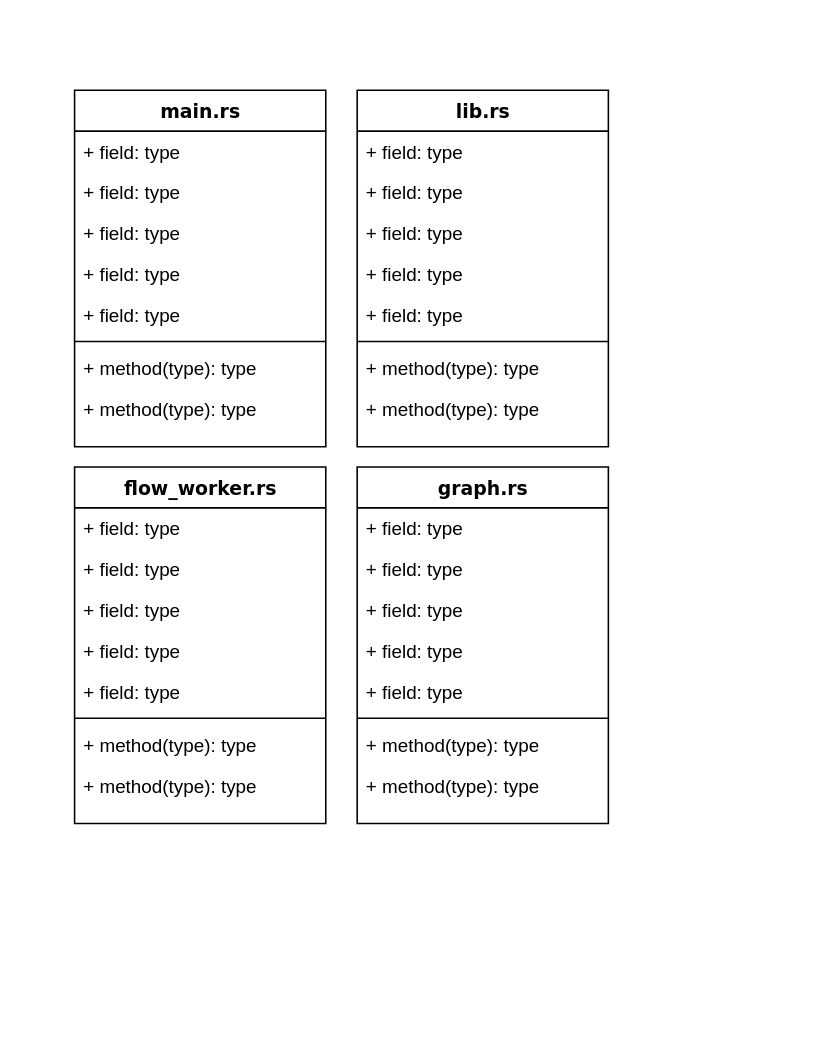
The draw.io diagram wayside-filter.drawio in YueChuCheng/Wayside_draw, before the edit. Source tidied: cells renumbered, new cells numbered last; positions are measured from the earlier drawing's top-left corner, leaving out a move shared by most shapes. Both pictures are drawn from the tidied source at 157%, with x=0, y=0 at pixel (74, 89).
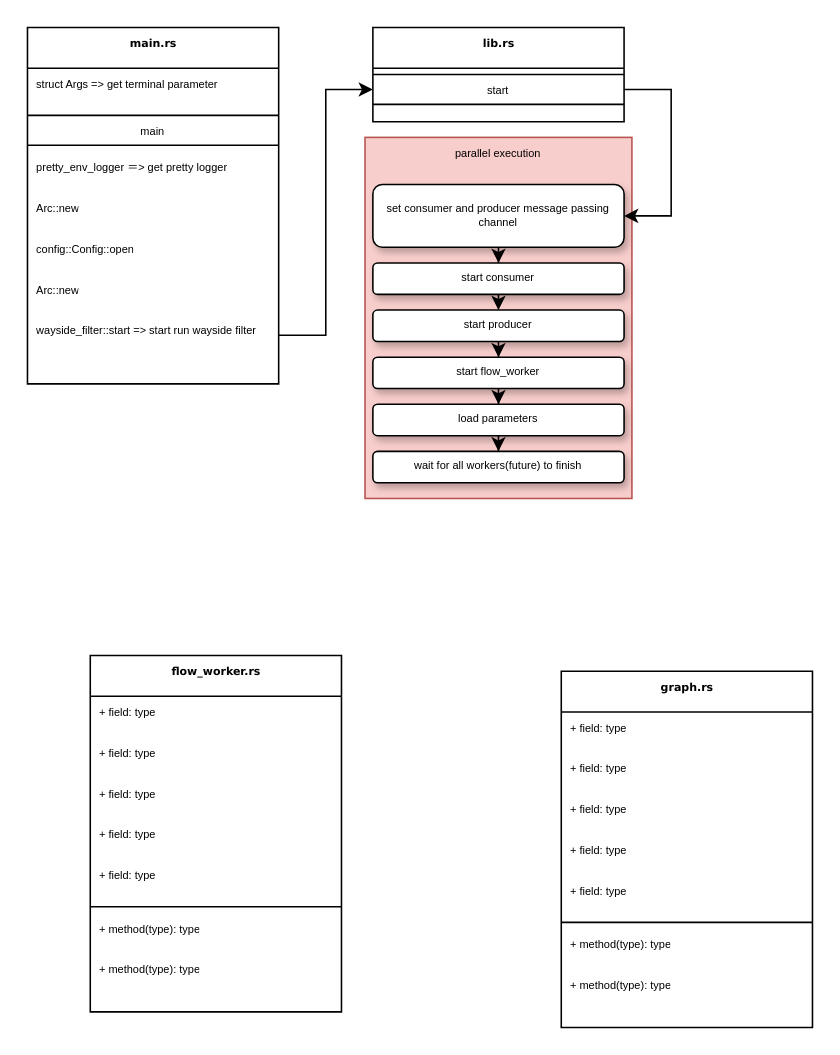
Above is the later version.

Diff of the diagram source:
```diff
@@
+    <mxCell id="38" value="parallel execution" style="rounded=0;whiteSpace=wrap;html=1;shadow=0;fontSize=7;align=center;verticalAlign=top;fillOpacity=100;labelBorderColor=none;labelPadding=0;fillColor=#f8cecc;strokeColor=#b85450;" parent="1" vertex="1">
+      <mxGeometry x="185" y="30" width="170" height="230" as="geometry" />
+    </mxCell>
-    <mxCell id="2" value="main.rs&lt;br&gt;" style="swimlane;html=1;fontStyle=1;align=center;verticalAlign=top;horizontal=1;startSize=26;swimlaneFillColor=#ffffff;rounded=0;shadow=0;comic=0;labelBackgroundColor=none;strokeWidth=1;fillColor=none;fontFamily=Verdana;fontSize=12;" parent="1" vertex="1">
-      <mxGeometry width="160" height="227" as="geometry" />
+    <mxCell id="2" value="main.rs&lt;br style=&quot;font-size: 7px;&quot;&gt;" style="swimlane;html=1;fontStyle=1;align=center;verticalAlign=top;horizontal=1;startSize=26;swimlaneFillColor=#ffffff;rounded=0;shadow=0;comic=0;labelBackgroundColor=none;strokeWidth=1;fillColor=none;fontFamily=Verdana;fontSize=7;" parent="1" vertex="1">
+      <mxGeometry x="-30" y="-40" width="160" height="227" as="geometry" />
     </mxCell>
-    <mxCell id="3" value="+ field: type" style="text;html=1;strokeColor=none;fillColor=none;align=left;verticalAlign=top;spacingLeft=4;spacingRight=4;whiteSpace=wrap;overflow=hidden;" parent="2" vertex="1">
+    <mxCell id="3" value="struct Args =&amp;gt; get terminal parameter&amp;nbsp;" style="text;html=1;strokeColor=none;fillColor=none;align=left;verticalAlign=top;spacingLeft=4;spacingRight=4;whiteSpace=wrap;overflow=hidden;fontSize=7;" parent="2" vertex="1">
       <mxGeometry y="26" width="160" height="26" as="geometry" />
     </mxCell>
-    <mxCell id="4" value="+ field: type" style="text;html=1;strokeColor=none;fillColor=none;align=left;verticalAlign=top;spacingLeft=4;spacingRight=4;whiteSpace=wrap;overflow=hidden;" parent="2" vertex="1">
-      <mxGeometry y="52" width="160" height="26" as="geometry" />
-    </mxCell>
-    <mxCell id="5" value="+ field: type" style="text;html=1;strokeColor=none;fillColor=none;align=left;verticalAlign=top;spacingLeft=4;spacingRight=4;whiteSpace=wrap;overflow=hidden;" parent="2" vertex="1">
-      <mxGeometry y="78" width="160" height="26" as="geometry" />
-    </mxCell>
-    <mxCell id="6" value="+ field: type" style="text;html=1;strokeColor=none;fillColor=none;align=left;verticalAlign=top;spacingLeft=4;spacingRight=4;whiteSpace=wrap;overflow=hidden;" parent="2" vertex="1">
-      <mxGeometry y="104" width="160" height="26" as="geometry" />
-    </mxCell>
-    <mxCell id="7" value="+ field: type" style="text;html=1;strokeColor=none;fillColor=none;align=left;verticalAlign=top;spacingLeft=4;spacingRight=4;whiteSpace=wrap;overflow=hidden;" parent="2" vertex="1">
-      <mxGeometry y="130" width="160" height="26" as="geometry" />
-    </mxCell>
-    <mxCell id="8" style="line;html=1;strokeWidth=1;fillColor=none;align=left;verticalAlign=middle;spacingTop=-1;spacingLeft=3;spacingRight=3;labelPosition=right;" parent="2" vertex="1">
-      <mxGeometry y="156" width="160" height="8" as="geometry" />
-    </mxCell>
+    <mxCell id="39" style="line;html=1;strokeWidth=1;fillColor=none;align=left;verticalAlign=middle;spacingTop=-1;spacingLeft=3;spacingRight=3;labelPosition=right;fontSize=7;" parent="2" vertex="1">
+      <mxGeometry y="52" width="160" height="8" as="geometry" />
+    </mxCell>
+    <mxCell id="40" value="main&lt;br&gt;" style="text;html=1;strokeColor=none;fillColor=none;align=center;verticalAlign=middle;spacingLeft=4;spacingRight=4;whiteSpace=wrap;overflow=hidden;fontSize=7;" parent="2" vertex="1">
+      <mxGeometry y="60" width="160" height="11" as="geometry" />
+    </mxCell>
+    <mxCell id="41" style="line;html=1;strokeWidth=1;fillColor=none;align=left;verticalAlign=middle;spacingTop=-1;spacingLeft=3;spacingRight=3;labelPosition=right;fontSize=7;" parent="2" vertex="1">
+      <mxGeometry y="71" width="160" height="8" as="geometry" />
+    </mxCell>
-    <mxCell id="9" value="+ method(type): type" style="text;html=1;strokeColor=none;fillColor=none;align=left;verticalAlign=top;spacingLeft=4;spacingRight=4;whiteSpace=wrap;overflow=hidden;" parent="2" vertex="1">
-      <mxGeometry y="164" width="160" height="26" as="geometry" />
+    <mxCell id="9" value="&lt;font style=&quot;font-size: 7px;&quot;&gt;&lt;font style=&quot;font-size: 7px;&quot;&gt;pretty_env_logger ＝&amp;gt; get pretty logge&lt;/font&gt;r&lt;/font&gt;" style="text;html=1;strokeColor=none;fillColor=none;align=left;verticalAlign=top;spacingLeft=4;spacingRight=4;whiteSpace=wrap;overflow=hidden;fontSize=7;" parent="2" vertex="1">
+      <mxGeometry y="79" width="160" height="26" as="geometry" />
     </mxCell>
+    <mxCell id="42" value="Arc::new" style="text;html=1;strokeColor=none;fillColor=none;align=left;verticalAlign=top;spacingLeft=4;spacingRight=4;whiteSpace=wrap;overflow=hidden;fontSize=7;" parent="2" vertex="1">
+      <mxGeometry y="105" width="160" height="26" as="geometry" />
+    </mxCell>
-    <mxCell id="10" value="+ method(type): type" style="text;html=1;strokeColor=none;fillColor=none;align=left;verticalAlign=top;spacingLeft=4;spacingRight=4;whiteSpace=wrap;overflow=hidden;" parent="2" vertex="1">
-      <mxGeometry y="190" width="160" height="26" as="geometry" />
+    <mxCell id="10" value="config::Config::open" style="text;html=1;strokeColor=none;fillColor=none;align=left;verticalAlign=top;spacingLeft=4;spacingRight=4;whiteSpace=wrap;overflow=hidden;fontSize=7;" parent="2" vertex="1">
+      <mxGeometry y="131" width="160" height="26" as="geometry" />
     </mxCell>
+    <mxCell id="43" value="Arc::new" style="text;html=1;strokeColor=none;fillColor=none;align=left;verticalAlign=top;spacingLeft=4;spacingRight=4;whiteSpace=wrap;overflow=hidden;fontSize=7;" parent="2" vertex="1">
+      <mxGeometry y="157" width="160" height="26" as="geometry" />
+    </mxCell>
+    <mxCell id="44" value="wayside_filter::start =&amp;gt; start run wayside filter&lt;br&gt;" style="text;html=1;strokeColor=none;fillColor=none;align=left;verticalAlign=top;spacingLeft=4;spacingRight=4;whiteSpace=wrap;overflow=hidden;points=[[0,0.5],[1,0.5]];portConstraint=eastwest;fontSize=7;" parent="2" vertex="1">
+      <mxGeometry y="183" width="160" height="26" as="geometry" />
+    </mxCell>
+    <mxCell id="45" style="edgeStyle=orthogonalEdgeStyle;rounded=0;jettySize=auto;html=1;entryX=1;entryY=0.5;entryDx=0;entryDy=0;fontSize=7;exitX=1;exitY=0.5;exitDx=0;exitDy=0;" parent="1" edge="1" source="47" target="51">
+      <mxGeometry relative="1" as="geometry">
+        <Array as="points">
+          <mxPoint x="380" y="-1" />
+          <mxPoint x="380" y="80" />
+        </Array>
+      </mxGeometry>
+    </mxCell>
-    <mxCell id="11" value="lib.rs" style="swimlane;html=1;fontStyle=1;align=center;verticalAlign=top;horizontal=1;startSize=26;swimlaneFillColor=#ffffff;rounded=0;shadow=0;comic=0;labelBackgroundColor=none;strokeWidth=1;fillColor=none;fontFamily=Verdana;fontSize=12;" parent="1" vertex="1">
-      <mxGeometry x="180" width="160" height="227" as="geometry" />
+    <mxCell id="11" value="lib.rs" style="swimlane;html=1;fontStyle=1;align=center;verticalAlign=top;horizontal=1;startSize=26;swimlaneFillColor=#ffffff;rounded=0;shadow=0;comic=0;labelBackgroundColor=none;strokeWidth=1;fillColor=none;fontFamily=Verdana;fontSize=7;" parent="1" vertex="1">
+      <mxGeometry x="190" y="-40" width="160" height="60" as="geometry" />
     </mxCell>
-    <mxCell id="12" value="+ field: type" style="text;html=1;strokeColor=none;fillColor=none;align=left;verticalAlign=top;spacingLeft=4;spacingRight=4;whiteSpace=wrap;overflow=hidden;" parent="11" vertex="1">
-      <mxGeometry y="26" width="160" height="26" as="geometry" />
-    </mxCell>
-    <mxCell id="13" value="+ field: type" style="text;html=1;strokeColor=none;fillColor=none;align=left;verticalAlign=top;spacingLeft=4;spacingRight=4;whiteSpace=wrap;overflow=hidden;" parent="11" vertex="1">
-      <mxGeometry y="52" width="160" height="26" as="geometry" />
-    </mxCell>
-    <mxCell id="14" value="+ field: type" style="text;html=1;strokeColor=none;fillColor=none;align=left;verticalAlign=top;spacingLeft=4;spacingRight=4;whiteSpace=wrap;overflow=hidden;" parent="11" vertex="1">
-      <mxGeometry y="78" width="160" height="26" as="geometry" />
-    </mxCell>
-    <mxCell id="15" value="+ field: type" style="text;html=1;strokeColor=none;fillColor=none;align=left;verticalAlign=top;spacingLeft=4;spacingRight=4;whiteSpace=wrap;overflow=hidden;" parent="11" vertex="1">
-      <mxGeometry y="104" width="160" height="26" as="geometry" />
-    </mxCell>
-    <mxCell id="16" value="+ field: type" style="text;html=1;strokeColor=none;fillColor=none;align=left;verticalAlign=top;spacingLeft=4;spacingRight=4;whiteSpace=wrap;overflow=hidden;" parent="11" vertex="1">
-      <mxGeometry y="130" width="160" height="26" as="geometry" />
-    </mxCell>
-    <mxCell id="17" style="line;html=1;strokeWidth=1;fillColor=none;align=left;verticalAlign=middle;spacingTop=-1;spacingLeft=3;spacingRight=3;labelPosition=right;" parent="11" vertex="1">
-      <mxGeometry y="156" width="160" height="8" as="geometry" />
-    </mxCell>
-    <mxCell id="18" value="+ method(type): type" style="text;html=1;strokeColor=none;fillColor=none;align=left;verticalAlign=top;spacingLeft=4;spacingRight=4;whiteSpace=wrap;overflow=hidden;" parent="11" vertex="1">
-      <mxGeometry y="164" width="160" height="26" as="geometry" />
-    </mxCell>
-    <mxCell id="19" value="+ method(type): type" style="text;html=1;strokeColor=none;fillColor=none;align=left;verticalAlign=top;spacingLeft=4;spacingRight=4;whiteSpace=wrap;overflow=hidden;" parent="11" vertex="1">
-      <mxGeometry y="190" width="160" height="26" as="geometry" />
-    </mxCell>
+    <mxCell id="46" style="line;html=1;strokeWidth=1;fillColor=none;align=left;verticalAlign=middle;spacingTop=-1;spacingLeft=3;spacingRight=3;labelPosition=right;fontSize=7;" parent="11" vertex="1">
+      <mxGeometry y="26" width="160" height="8" as="geometry" />
+    </mxCell>
+    <mxCell id="47" value="start" style="text;html=1;strokeColor=none;fillColor=none;align=center;verticalAlign=middle;spacingLeft=4;spacingRight=4;whiteSpace=wrap;overflow=hidden;points=[[0,0.5],[1,0.5]];portConstraint=eastwest;fontSize=7;" parent="11" vertex="1">
+      <mxGeometry y="34" width="160" height="11" as="geometry" />
+    </mxCell>
+    <mxCell id="48" style="line;html=1;strokeWidth=1;fillColor=none;align=left;verticalAlign=middle;spacingTop=-1;spacingLeft=3;spacingRight=3;labelPosition=right;fontSize=7;" parent="11" vertex="1">
+      <mxGeometry y="45" width="160" height="8" as="geometry" />
+    </mxCell>
-    <mxCell id="20" value="graph.rs&lt;br&gt;" style="swimlane;html=1;fontStyle=1;align=center;verticalAlign=top;horizontal=1;startSize=26;swimlaneFillColor=#ffffff;rounded=0;shadow=0;comic=0;labelBackgroundColor=none;strokeWidth=1;fillColor=none;fontFamily=Verdana;fontSize=12;" parent="1" vertex="1">
-      <mxGeometry x="180" y="240" width="160" height="227" as="geometry" />
+    <mxCell id="20" value="graph.rs&lt;br style=&quot;font-size: 7px;&quot;&gt;" style="swimlane;html=1;fontStyle=1;align=center;verticalAlign=top;horizontal=1;startSize=26;swimlaneFillColor=#ffffff;rounded=0;shadow=0;comic=0;labelBackgroundColor=none;strokeWidth=1;fillColor=none;fontFamily=Verdana;fontSize=7;" parent="1" vertex="1">
+      <mxGeometry x="310" y="370" width="160" height="227" as="geometry" />
     </mxCell>
-    <mxCell id="21" value="+ field: type" style="text;html=1;strokeColor=none;fillColor=none;align=left;verticalAlign=top;spacingLeft=4;spacingRight=4;whiteSpace=wrap;overflow=hidden;" parent="20" vertex="1">
+    <mxCell id="21" value="+ field: type" style="text;html=1;strokeColor=none;fillColor=none;align=left;verticalAlign=top;spacingLeft=4;spacingRight=4;whiteSpace=wrap;overflow=hidden;fontSize=7;" parent="20" vertex="1">
       <mxGeometry y="26" width="160" height="26" as="geometry" />
     </mxCell>
-    <mxCell id="22" value="+ field: type" style="text;html=1;strokeColor=none;fillColor=none;align=left;verticalAlign=top;spacingLeft=4;spacingRight=4;whiteSpace=wrap;overflow=hidden;" parent="20" vertex="1">
+    <mxCell id="22" value="+ field: type" style="text;html=1;strokeColor=none;fillColor=none;align=left;verticalAlign=top;spacingLeft=4;spacingRight=4;whiteSpace=wrap;overflow=hidden;fontSize=7;" parent="20" vertex="1">
       <mxGeometry y="52" width="160" height="26" as="geometry" />
     </mxCell>
-    <mxCell id="23" value="+ field: type" style="text;html=1;strokeColor=none;fillColor=none;align=left;verticalAlign=top;spacingLeft=4;spacingRight=4;whiteSpace=wrap;overflow=hidden;" parent="20" vertex="1">
+    <mxCell id="23" value="+ field: type" style="text;html=1;strokeColor=none;fillColor=none;align=left;verticalAlign=top;spacingLeft=4;spacingRight=4;whiteSpace=wrap;overflow=hidden;fontSize=7;" parent="20" vertex="1">
       <mxGeometry y="78" width="160" height="26" as="geometry" />
     </mxCell>
-    <mxCell id="24" value="+ field: type" style="text;html=1;strokeColor=none;fillColor=none;align=left;verticalAlign=top;spacingLeft=4;spacingRight=4;whiteSpace=wrap;overflow=hidden;" parent="20" vertex="1">
+    <mxCell id="24" value="+ field: type" style="text;html=1;strokeColor=none;fillColor=none;align=left;verticalAlign=top;spacingLeft=4;spacingRight=4;whiteSpace=wrap;overflow=hidden;fontSize=7;" parent="20" vertex="1">
       <mxGeometry y="104" width="160" height="26" as="geometry" />
     </mxCell>
-    <mxCell id="25" value="+ field: type" style="text;html=1;strokeColor=none;fillColor=none;align=left;verticalAlign=top;spacingLeft=4;spacingRight=4;whiteSpace=wrap;overflow=hidden;" parent="20" vertex="1">
+    <mxCell id="25" value="+ field: type" style="text;html=1;strokeColor=none;fillColor=none;align=left;verticalAlign=top;spacingLeft=4;spacingRight=4;whiteSpace=wrap;overflow=hidden;fontSize=7;" parent="20" vertex="1">
       <mxGeometry y="130" width="160" height="26" as="geometry" />
     </mxCell>
-    <mxCell id="26" style="line;html=1;strokeWidth=1;fillColor=none;align=left;verticalAlign=middle;spacingTop=-1;spacingLeft=3;spacingRight=3;labelPosition=right;" parent="20" vertex="1">
+    <mxCell id="26" style="line;html=1;strokeWidth=1;fillColor=none;align=left;verticalAlign=middle;spacingTop=-1;spacingLeft=3;spacingRight=3;labelPosition=right;fontSize=7;" parent="20" vertex="1">
       <mxGeometry y="156" width="160" height="8" as="geometry" />
     </mxCell>
-    <mxCell id="27" value="+ method(type): type" style="text;html=1;strokeColor=none;fillColor=none;align=left;verticalAlign=top;spacingLeft=4;spacingRight=4;whiteSpace=wrap;overflow=hidden;" parent="20" vertex="1">
+    <mxCell id="27" value="+ method(type): type" style="text;html=1;strokeColor=none;fillColor=none;align=left;verticalAlign=top;spacingLeft=4;spacingRight=4;whiteSpace=wrap;overflow=hidden;fontSize=7;" parent="20" vertex="1">
       <mxGeometry y="164" width="160" height="26" as="geometry" />
     </mxCell>
-    <mxCell id="28" value="+ method(type): type" style="text;html=1;strokeColor=none;fillColor=none;align=left;verticalAlign=top;spacingLeft=4;spacingRight=4;whiteSpace=wrap;overflow=hidden;" parent="20" vertex="1">
+    <mxCell id="28" value="+ method(type): type" style="text;html=1;strokeColor=none;fillColor=none;align=left;verticalAlign=top;spacingLeft=4;spacingRight=4;whiteSpace=wrap;overflow=hidden;fontSize=7;" parent="20" vertex="1">
       <mxGeometry y="190" width="160" height="26" as="geometry" />
     </mxCell>
-    <mxCell id="29" value="flow_worker.rs&lt;br&gt;" style="swimlane;html=1;fontStyle=1;align=center;verticalAlign=top;horizontal=1;startSize=26;swimlaneFillColor=#ffffff;rounded=0;shadow=0;comic=0;labelBackgroundColor=none;strokeWidth=1;fillColor=none;fontFamily=Verdana;fontSize=12;" parent="1" vertex="1">
-      <mxGeometry y="240" width="160" height="227" as="geometry" />
+    <mxCell id="29" value="flow_worker.rs&lt;br style=&quot;font-size: 7px;&quot;&gt;" style="swimlane;html=1;fontStyle=1;align=center;verticalAlign=top;horizontal=1;startSize=26;swimlaneFillColor=#ffffff;rounded=0;shadow=0;comic=0;labelBackgroundColor=none;strokeWidth=1;fillColor=none;fontFamily=Verdana;fontSize=7;" parent="1" vertex="1">
+      <mxGeometry x="10" y="360" width="160" height="227" as="geometry" />
     </mxCell>
-    <mxCell id="30" value="+ field: type" style="text;html=1;strokeColor=none;fillColor=none;align=left;verticalAlign=top;spacingLeft=4;spacingRight=4;whiteSpace=wrap;overflow=hidden;" parent="29" vertex="1">
+    <mxCell id="30" value="+ field: type" style="text;html=1;strokeColor=none;fillColor=none;align=left;verticalAlign=top;spacingLeft=4;spacingRight=4;whiteSpace=wrap;overflow=hidden;fontSize=7;" parent="29" vertex="1">
       <mxGeometry y="26" width="160" height="26" as="geometry" />
     </mxCell>
-    <mxCell id="31" value="+ field: type" style="text;html=1;strokeColor=none;fillColor=none;align=left;verticalAlign=top;spacingLeft=4;spacingRight=4;whiteSpace=wrap;overflow=hidden;" parent="29" vertex="1">
+    <mxCell id="31" value="+ field: type" style="text;html=1;strokeColor=none;fillColor=none;align=left;verticalAlign=top;spacingLeft=4;spacingRight=4;whiteSpace=wrap;overflow=hidden;fontSize=7;" parent="29" vertex="1">
       <mxGeometry y="52" width="160" height="26" as="geometry" />
     </mxCell>
-    <mxCell id="32" value="+ field: type" style="text;html=1;strokeColor=none;fillColor=none;align=left;verticalAlign=top;spacingLeft=4;spacingRight=4;whiteSpace=wrap;overflow=hidden;" parent="29" vertex="1">
+    <mxCell id="32" value="+ field: type" style="text;html=1;strokeColor=none;fillColor=none;align=left;verticalAlign=top;spacingLeft=4;spacingRight=4;whiteSpace=wrap;overflow=hidden;fontSize=7;" parent="29" vertex="1">
       <mxGeometry y="78" width="160" height="26" as="geometry" />
     </mxCell>
-    <mxCell id="33" value="+ field: type" style="text;html=1;strokeColor=none;fillColor=none;align=left;verticalAlign=top;spacingLeft=4;spacingRight=4;whiteSpace=wrap;overflow=hidden;" parent="29" vertex="1">
+    <mxCell id="33" value="+ field: type" style="text;html=1;strokeColor=none;fillColor=none;align=left;verticalAlign=top;spacingLeft=4;spacingRight=4;whiteSpace=wrap;overflow=hidden;fontSize=7;" parent="29" vertex="1">
       <mxGeometry y="104" width="160" height="26" as="geometry" />
     </mxCell>
-    <mxCell id="34" value="+ field: type" style="text;html=1;strokeColor=none;fillColor=none;align=left;verticalAlign=top;spacingLeft=4;spacingRight=4;whiteSpace=wrap;overflow=hidden;" parent="29" vertex="1">
+    <mxCell id="34" value="+ field: type" style="text;html=1;strokeColor=none;fillColor=none;align=left;verticalAlign=top;spacingLeft=4;spacingRight=4;whiteSpace=wrap;overflow=hidden;fontSize=7;" parent="29" vertex="1">
       <mxGeometry y="130" width="160" height="26" as="geometry" />
     </mxCell>
-    <mxCell id="35" style="line;html=1;strokeWidth=1;fillColor=none;align=left;verticalAlign=middle;spacingTop=-1;spacingLeft=3;spacingRight=3;labelPosition=right;" parent="29" vertex="1">
+    <mxCell id="35" style="line;html=1;strokeWidth=1;fillColor=none;align=left;verticalAlign=middle;spacingTop=-1;spacingLeft=3;spacingRight=3;labelPosition=right;fontSize=7;" parent="29" vertex="1">
       <mxGeometry y="156" width="160" height="8" as="geometry" />
     </mxCell>
-    <mxCell id="36" value="+ method(type): type" style="text;html=1;strokeColor=none;fillColor=none;align=left;verticalAlign=top;spacingLeft=4;spacingRight=4;whiteSpace=wrap;overflow=hidden;" parent="29" vertex="1">
+    <mxCell id="36" value="+ method(type): type" style="text;html=1;strokeColor=none;fillColor=none;align=left;verticalAlign=top;spacingLeft=4;spacingRight=4;whiteSpace=wrap;overflow=hidden;fontSize=7;" parent="29" vertex="1">
       <mxGeometry y="164" width="160" height="26" as="geometry" />
     </mxCell>
-    <mxCell id="37" value="+ method(type): type" style="text;html=1;strokeColor=none;fillColor=none;align=left;verticalAlign=top;spacingLeft=4;spacingRight=4;whiteSpace=wrap;overflow=hidden;" parent="29" vertex="1">
+    <mxCell id="37" value="+ method(type): type" style="text;html=1;strokeColor=none;fillColor=none;align=left;verticalAlign=top;spacingLeft=4;spacingRight=4;whiteSpace=wrap;overflow=hidden;fontSize=7;" parent="29" vertex="1">
       <mxGeometry y="190" width="160" height="26" as="geometry" />
     </mxCell>
+    <mxCell id="49" style="edgeStyle=orthogonalEdgeStyle;rounded=0;jettySize=auto;html=1;exitX=1;exitY=0.5;exitDx=0;exitDy=0;entryX=0;entryY=0.5;entryDx=0;entryDy=0;fontSize=7;" parent="1" edge="1" source="44" target="47">
+      <mxGeometry relative="1" as="geometry" />
+    </mxCell>
+    <mxCell id="50" style="edgeStyle=orthogonalEdgeStyle;rounded=0;jettySize=auto;html=1;entryX=0.5;entryY=0;entryDx=0;entryDy=0;fontSize=7;" parent="1" edge="1" source="51" target="53">
+      <mxGeometry relative="1" as="geometry" />
+    </mxCell>
+    <mxCell id="51" value="set consumer and producer message passing channel" style="rounded=1;whiteSpace=wrap;html=1;shadow=1;fontSize=7;align=center;verticalAlign=middle;" parent="1" vertex="1">
+      <mxGeometry x="190" y="60" width="160" height="40" as="geometry" />
+    </mxCell>
+    <mxCell id="52" style="edgeStyle=orthogonalEdgeStyle;rounded=0;jettySize=auto;html=1;exitX=0.5;exitY=1;exitDx=0;exitDy=0;entryX=0.5;entryY=0;entryDx=0;entryDy=0;fontSize=7;" parent="1" edge="1" source="53" target="55">
+      <mxGeometry relative="1" as="geometry" />
+    </mxCell>
+    <mxCell id="53" value="start consumer" style="rounded=1;whiteSpace=wrap;html=1;shadow=1;fontSize=7;align=center;verticalAlign=middle;" parent="1" vertex="1">
+      <mxGeometry x="190" y="110" width="160" height="20" as="geometry" />
+    </mxCell>
+    <mxCell id="54" style="edgeStyle=orthogonalEdgeStyle;rounded=0;jettySize=auto;html=1;entryX=0.5;entryY=0;entryDx=0;entryDy=0;fontSize=7;" parent="1" edge="1" source="55" target="57">
+      <mxGeometry relative="1" as="geometry" />
+    </mxCell>
+    <mxCell id="55" value="start producer" style="rounded=1;whiteSpace=wrap;html=1;shadow=1;fontSize=7;align=center;verticalAlign=middle;" parent="1" vertex="1">
+      <mxGeometry x="190" y="140" width="160" height="20" as="geometry" />
+    </mxCell>
+    <mxCell id="56" style="edgeStyle=orthogonalEdgeStyle;rounded=0;jettySize=auto;html=1;entryX=0.5;entryY=0;entryDx=0;entryDy=0;fontSize=7;" parent="1" edge="1" source="57" target="59">
+      <mxGeometry relative="1" as="geometry" />
+    </mxCell>
+    <mxCell id="57" value="start flow_worker" style="rounded=1;whiteSpace=wrap;html=1;shadow=1;fontSize=7;align=center;verticalAlign=middle;" parent="1" vertex="1">
+      <mxGeometry x="190" y="170" width="160" height="20" as="geometry" />
+    </mxCell>
+    <mxCell id="58" style="edgeStyle=orthogonalEdgeStyle;rounded=0;jettySize=auto;html=1;entryX=0.5;entryY=0;entryDx=0;entryDy=0;fontSize=7;" parent="1" edge="1" source="59" target="60">
+      <mxGeometry relative="1" as="geometry" />
+    </mxCell>
+    <mxCell id="59" value="load parameters" style="rounded=1;whiteSpace=wrap;html=1;shadow=1;fontSize=7;align=center;verticalAlign=middle;" parent="1" vertex="1">
+      <mxGeometry x="190" y="200" width="160" height="20" as="geometry" />
+    </mxCell>
+    <mxCell id="60" value="wait for all workers(future) to finish" style="rounded=1;whiteSpace=wrap;html=1;shadow=1;fontSize=7;align=center;verticalAlign=middle;" parent="1" vertex="1">
+      <mxGeometry x="190" y="230" width="160" height="20" as="geometry" />
+    </mxCell>
```
